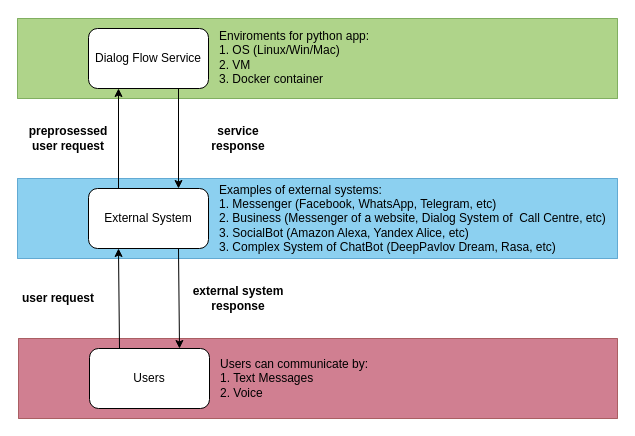
Before: drawio/dff_integration.dio in deeppavlovteam/dialog_flow_framework, a draw.io diagram. Source tidied: cells renumbered, new cells numbered last; positions are measured from the earlier drawing's top-left corner, leaving out a move shared by most shapes. Both pictures are drawn from the tidied source at 100%, with x=0, y=0 at pixel (17, 17).
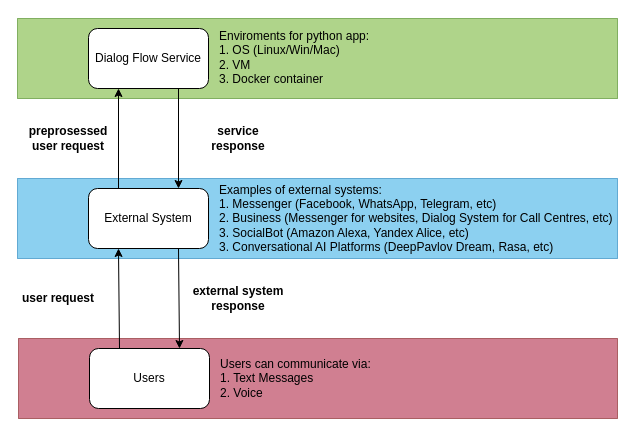
Above is the later version.

Commit message (it also covers changes not shown here):
Basic fixes for English language + better phrases

Change to the diagram source:
```diff
@@
 <mxGraphModel>
   <root>
     <mxCell id="0" />
     <mxCell id="1" parent="0" />
     <mxCell id="2" style="rounded=0;whiteSpace=wrap;html=1;fillColor=#1ba1e2;strokeColor=#006EAF;fontColor=#ffffff;opacity=50;" parent="1" vertex="1">
       <mxGeometry y="161" width="600" height="80" as="geometry" />
     </mxCell>
     <mxCell id="3" style="rounded=0;whiteSpace=wrap;html=1;fillColor=#60a917;strokeColor=#2D7600;fontColor=#ffffff;opacity=50;" parent="1" vertex="1">
       <mxGeometry y="1" width="600" height="80" as="geometry" />
     </mxCell>
     <mxCell id="4" style="edgeStyle=none;html=1;exitX=0.75;exitY=1;exitDx=0;exitDy=0;startArrow=none;startFill=0;endArrow=classic;endFill=1;entryX=0.75;entryY=0;entryDx=0;entryDy=0;" parent="1" edge="1" source="5" target="6">
       <mxGeometry relative="1" as="geometry" />
     </mxCell>
     <mxCell id="5" value="Dialog Flow Service" style="rounded=1;whiteSpace=wrap;html=1;" parent="1" vertex="1">
       <mxGeometry x="71" y="11" width="120" height="60" as="geometry" />
     </mxCell>
     <mxCell id="6" value="External System" style="rounded=1;whiteSpace=wrap;html=1;" parent="1" vertex="1">
       <mxGeometry x="71" y="171" width="120" height="60" as="geometry" />
     </mxCell>
     <mxCell id="7" value="&lt;b&gt;preprosessed user request&lt;/b&gt;" style="text;html=1;strokeColor=none;fillColor=none;align=center;verticalAlign=middle;whiteSpace=wrap;rounded=0;" parent="1" vertex="1">
       <mxGeometry x="11" y="111" width="80" height="20" as="geometry" />
     </mxCell>
     <mxCell id="8" value="&lt;b&gt;service response&lt;/b&gt;" style="text;html=1;strokeColor=none;fillColor=none;align=center;verticalAlign=middle;whiteSpace=wrap;rounded=0;" parent="1" vertex="1">
       <mxGeometry x="171" y="111" width="100" height="20" as="geometry" />
     </mxCell>
     <mxCell id="9" style="rounded=0;whiteSpace=wrap;html=1;fillColor=#a20025;strokeColor=#6F0000;fontColor=#ffffff;opacity=50;" parent="1" vertex="1">
       <mxGeometry x="1" y="321" width="599" height="80" as="geometry" />
     </mxCell>
     <mxCell id="10" value="Users" style="rounded=1;whiteSpace=wrap;html=1;" parent="1" vertex="1">
       <mxGeometry x="72" y="331" width="120" height="60" as="geometry" />
     </mxCell>
     <mxCell id="11" style="edgeStyle=none;html=1;startArrow=none;startFill=0;endArrow=classic;endFill=1;entryX=0.75;entryY=0;entryDx=0;entryDy=0;exitX=0.75;exitY=1;exitDx=0;exitDy=0;" parent="1" edge="1" source="6" target="10">
       <mxGeometry relative="1" as="geometry" />
     </mxCell>
     <mxCell id="12" style="edgeStyle=none;html=1;startArrow=none;startFill=0;endArrow=classic;endFill=1;entryX=0.25;entryY=1;entryDx=0;entryDy=0;exitX=0.25;exitY=0;exitDx=0;exitDy=0;" parent="1" edge="1" source="10" target="6">
       <mxGeometry relative="1" as="geometry" />
     </mxCell>
     <mxCell id="13" style="edgeStyle=none;html=1;startArrow=none;startFill=0;endArrow=classic;endFill=1;entryX=0.25;entryY=1;entryDx=0;entryDy=0;exitX=0.25;exitY=0;exitDx=0;exitDy=0;" parent="1" edge="1" source="6" target="5">
       <mxGeometry relative="1" as="geometry" />
     </mxCell>
     <mxCell id="14" value="&lt;b&gt;user request&lt;/b&gt;" style="text;html=1;strokeColor=none;fillColor=none;align=center;verticalAlign=middle;whiteSpace=wrap;rounded=0;" parent="1" vertex="1">
       <mxGeometry x="1" y="271" width="80" height="20" as="geometry" />
     </mxCell>
     <mxCell id="15" value="&lt;b&gt;external system response&lt;/b&gt;" style="text;html=1;strokeColor=none;fillColor=none;align=center;verticalAlign=middle;whiteSpace=wrap;rounded=0;" parent="1" vertex="1">
       <mxGeometry x="171" y="271" width="100" height="20" as="geometry" />
     </mxCell>
     <mxCell id="16" value="&lt;span&gt;Enviroments for python app:&lt;br&gt;1. OS (Linux/Win/Mac)&lt;/span&gt;&lt;br&gt;&lt;span&gt;2.&amp;nbsp;&lt;/span&gt;&lt;span&gt;VM&lt;/span&gt;&lt;br&gt;&lt;span&gt;3.&amp;nbsp;&lt;/span&gt;&lt;span&gt;Docker container&amp;nbsp;&lt;/span&gt;" style="text;html=1;strokeColor=none;fillColor=none;align=left;verticalAlign=middle;whiteSpace=wrap;rounded=0;opacity=50;" parent="1" vertex="1">
       <mxGeometry x="200" width="400" height="80" as="geometry" />
     </mxCell>
-    <mxCell id="17" value="&lt;span&gt;Examples of external systems:&lt;br&gt;1. Messenger (Facebook, WhatsApp, Telegram, etc)&lt;/span&gt;&lt;br&gt;&lt;span&gt;2.&amp;nbsp;&lt;/span&gt;Business (Messenger of a website, Dialog System of&amp;nbsp; Call Centre, etc)&lt;br&gt;3. SocialBot (Amazon Alexa, Yandex Alice, etc)&lt;br&gt;3. Complex System of ChatBot (DeepPavlov Dream, Rasa, etc)" style="text;html=1;strokeColor=none;fillColor=none;align=left;verticalAlign=middle;whiteSpace=wrap;rounded=0;opacity=50;" parent="1" vertex="1">
+    <mxCell id="17" value="&lt;span&gt;Examples of external systems:&lt;br&gt;1. Messenger (Facebook, WhatsApp, Telegram, etc)&lt;/span&gt;&lt;br&gt;&lt;span&gt;2.&amp;nbsp;&lt;/span&gt;Business (Messenger for websites, Dialog System for Call Centres, etc)&lt;br&gt;3. SocialBot (Amazon Alexa, Yandex Alice, etc)&lt;br&gt;3. Conversational AI Platforms (DeepPavlov Dream, Rasa, etc)" style="text;html=1;strokeColor=none;fillColor=none;align=left;verticalAlign=middle;whiteSpace=wrap;rounded=0;opacity=50;" parent="1" vertex="1">
       <mxGeometry x="200" y="161" width="400" height="80" as="geometry" />
     </mxCell>
-    <mxCell id="18" value="&lt;span&gt;Users can communicate by:&lt;br&gt;1. Text Messages&lt;/span&gt;&lt;br&gt;&lt;span&gt;2.&amp;nbsp;&lt;/span&gt;Voice" style="text;html=1;strokeColor=none;fillColor=none;align=left;verticalAlign=middle;whiteSpace=wrap;rounded=0;opacity=50;" parent="1" vertex="1">
+    <mxCell id="18" value="&lt;span&gt;Users can communicate via:&lt;br&gt;1. Text Messages&lt;/span&gt;&lt;br&gt;&lt;span&gt;2.&amp;nbsp;&lt;/span&gt;Voice" style="text;html=1;strokeColor=none;fillColor=none;align=left;verticalAlign=middle;whiteSpace=wrap;rounded=0;opacity=50;" parent="1" vertex="1">
       <mxGeometry x="201" y="321" width="399" height="80" as="geometry" />
     </mxCell>
   </root>
 </mxGraphModel>
```
